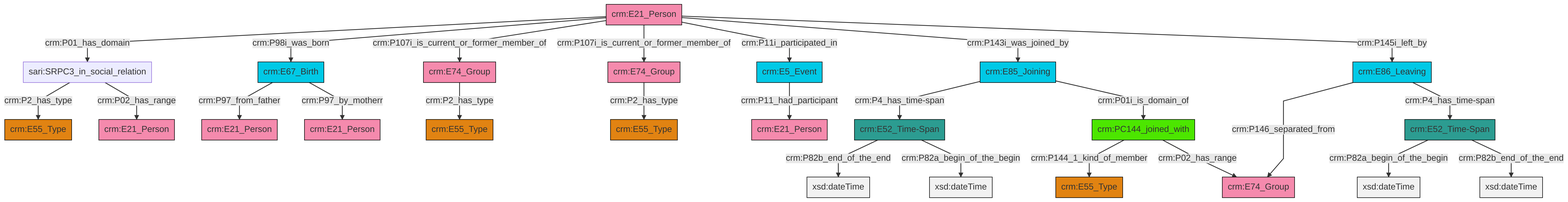
Above: et/personCSV/ttl/mmd/png/Person_Actor_Relations.png in swiss-art-research-net/reference-data-models (Mermaid), before the change. Its source is kept beside it as et/personCSV/ttl/mmd/Person_Actor_Relations.ttl.mmd.
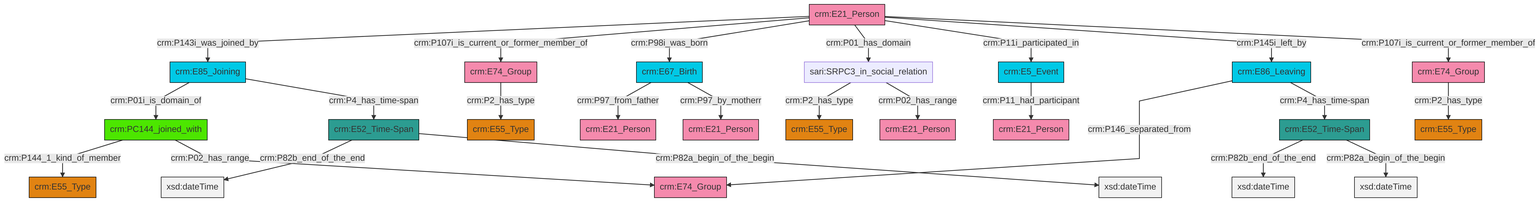
After the commit.

Change to the diagram source:
```diff
@@ -13,27 +13,27 @@
 classDef PC_Classes fill:#4ce600, stroke:#000000;
 classDef Multi fill:#cccccc,stroke:#000000;
 
-0["crm:E5_Event"]:::Temporal_Entity -->|crm:P11_had_participant| 6["crm:E21_Person"]:::Actor
-7["crm:PC144_joined_with"]:::PC_Classes -->|crm:P144_1_kind_of_member| 9["crm:E55_Type"]:::Type
-14["crm:E21_Person"]:::Actor -->|crm:P01_has_domain| 15["sari:SRPC3_in_social_relation"]:::Default
-12["crm:E52_Time-Span"]:::Time-Span -->|crm:P82b_end_of_the_end| 16[xsd:dateTime]:::Literal
-17["crm:E85_Joining"]:::Temporal_Entity -->|crm:P4_has_time-span| 12["crm:E52_Time-Span"]:::Time-Span
-23["crm:E52_Time-Span"]:::Time-Span -->|crm:P82a_begin_of_the_begin| 24[xsd:dateTime]:::Literal
-27["crm:E67_Birth"]:::Temporal_Entity -->|crm:P97_from_father| 28["crm:E21_Person"]:::Actor
-14["crm:E21_Person"]:::Actor -->|crm:P98i_was_born| 27["crm:E67_Birth"]:::Temporal_Entity
-34["crm:E86_Leaving"]:::Temporal_Entity -->|crm:P146_separated_from| 4["crm:E74_Group"]:::Actor
-14["crm:E21_Person"]:::Actor -->|crm:P107i_is_current_or_former_member_of| 32["crm:E74_Group"]:::Actor
-14["crm:E21_Person"]:::Actor -->|crm:P107i_is_current_or_former_member_of| 25["crm:E74_Group"]:::Actor
-15["sari:SRPC3_in_social_relation"]:::Default -->|crm:P2_has_type| 10["crm:E55_Type"]:::Type
-23["crm:E52_Time-Span"]:::Time-Span -->|crm:P82b_end_of_the_end| 35[xsd:dateTime]:::Literal
-25["crm:E74_Group"]:::Actor -->|crm:P2_has_type| 20["crm:E55_Type"]:::Type
-14["crm:E21_Person"]:::Actor -->|crm:P11i_participated_in| 0["crm:E5_Event"]:::Temporal_Entity
-14["crm:E21_Person"]:::Actor -->|crm:P143i_was_joined_by| 17["crm:E85_Joining"]:::Temporal_Entity
-27["crm:E67_Birth"]:::Temporal_Entity -->|crm:P97_by_motherr| 39["crm:E21_Person"]:::Actor
-15["sari:SRPC3_in_social_relation"]:::Default -->|crm:P02_has_range| 2["crm:E21_Person"]:::Actor
-17["crm:E85_Joining"]:::Temporal_Entity -->|crm:P01i_is_domain_of| 7["crm:PC144_joined_with"]:::PC_Classes
-14["crm:E21_Person"]:::Actor -->|crm:P145i_left_by| 34["crm:E86_Leaving"]:::Temporal_Entity
-12["crm:E52_Time-Span"]:::Time-Span -->|crm:P82a_begin_of_the_begin| 43[xsd:dateTime]:::Literal
-7["crm:PC144_joined_with"]:::PC_Classes -->|crm:P02_has_range| 4["crm:E74_Group"]:::Actor
-32["crm:E74_Group"]:::Actor -->|crm:P2_has_type| 18["crm:E55_Type"]:::Type
-34["crm:E86_Leaving"]:::Temporal_Entity -->|crm:P4_has_time-span| 23["crm:E52_Time-Span"]:::Time-Span
+0["crm:E52_Time-Span"]:::Time-Span -->|crm:P82b_end_of_the_end| 1[xsd:dateTime]:::Literal
+6["crm:E21_Person"]:::Actor -->|crm:P143i_was_joined_by| 7["crm:E85_Joining"]:::Temporal_Entity
+7["crm:E85_Joining"]:::Temporal_Entity -->|crm:P01i_is_domain_of| 8["crm:PC144_joined_with"]:::PC_Classes
+15["crm:E52_Time-Span"]:::Time-Span -->|crm:P82b_end_of_the_end| 16[xsd:dateTime]:::Literal
+13["crm:E86_Leaving"]:::Temporal_Entity -->|crm:P146_separated_from| 19["crm:E74_Group"]:::Actor
+20["crm:E5_Event"]:::Temporal_Entity -->|crm:P11_had_participant| 21["crm:E21_Person"]:::Actor
+15["crm:E52_Time-Span"]:::Time-Span -->|crm:P82a_begin_of_the_begin| 23[xsd:dateTime]:::Literal
+11["crm:E74_Group"]:::Actor -->|crm:P2_has_type| 9["crm:E55_Type"]:::Type
+2["sari:SRPC3_in_social_relation"]:::Default -->|crm:P2_has_type| 24["crm:E55_Type"]:::Type
+7["crm:E85_Joining"]:::Temporal_Entity -->|crm:P4_has_time-span| 0["crm:E52_Time-Span"]:::Time-Span
+13["crm:E86_Leaving"]:::Temporal_Entity -->|crm:P4_has_time-span| 15["crm:E52_Time-Span"]:::Time-Span
+6["crm:E21_Person"]:::Actor -->|crm:P107i_is_current_or_former_member_of| 11["crm:E74_Group"]:::Actor
+26["crm:E67_Birth"]:::Temporal_Entity -->|crm:P97_from_father| 27["crm:E21_Person"]:::Actor
+0["crm:E52_Time-Span"]:::Time-Span -->|crm:P82a_begin_of_the_begin| 28[xsd:dateTime]:::Literal
+29["crm:E74_Group"]:::Actor -->|crm:P2_has_type| 30["crm:E55_Type"]:::Type
+2["sari:SRPC3_in_social_relation"]:::Default -->|crm:P02_has_range| 4["crm:E21_Person"]:::Actor
+6["crm:E21_Person"]:::Actor -->|crm:P98i_was_born| 26["crm:E67_Birth"]:::Temporal_Entity
+6["crm:E21_Person"]:::Actor -->|crm:P01_has_domain| 2["sari:SRPC3_in_social_relation"]:::Default
+26["crm:E67_Birth"]:::Temporal_Entity -->|crm:P97_by_motherr| 32["crm:E21_Person"]:::Actor
+6["crm:E21_Person"]:::Actor -->|crm:P11i_participated_in| 20["crm:E5_Event"]:::Temporal_Entity
+6["crm:E21_Person"]:::Actor -->|crm:P145i_left_by| 13["crm:E86_Leaving"]:::Temporal_Entity
+6["crm:E21_Person"]:::Actor -->|crm:P107i_is_current_or_former_member_of| 29["crm:E74_Group"]:::Actor
+8["crm:PC144_joined_with"]:::PC_Classes -->|crm:P144_1_kind_of_member| 17["crm:E55_Type"]:::Type
+8["crm:PC144_joined_with"]:::PC_Classes -->|crm:P02_has_range| 19["crm:E74_Group"]:::Actor
```
